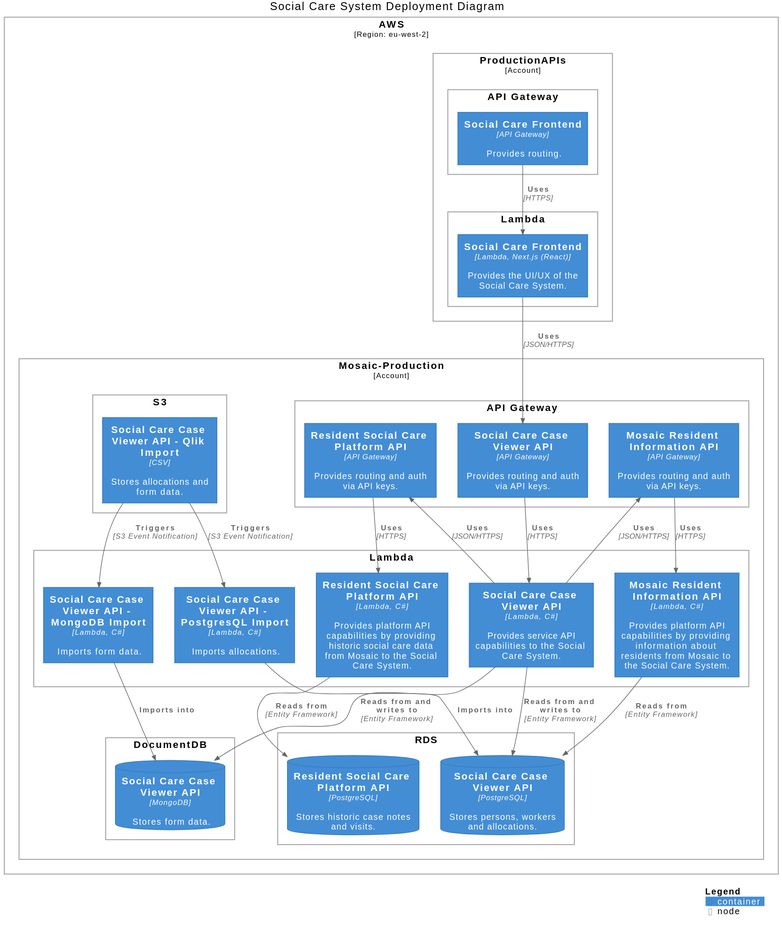
LBHackney-IT/social-care-architecture keeps this PlantUML diagram as images/deployment.svg. Above is the earlier version.
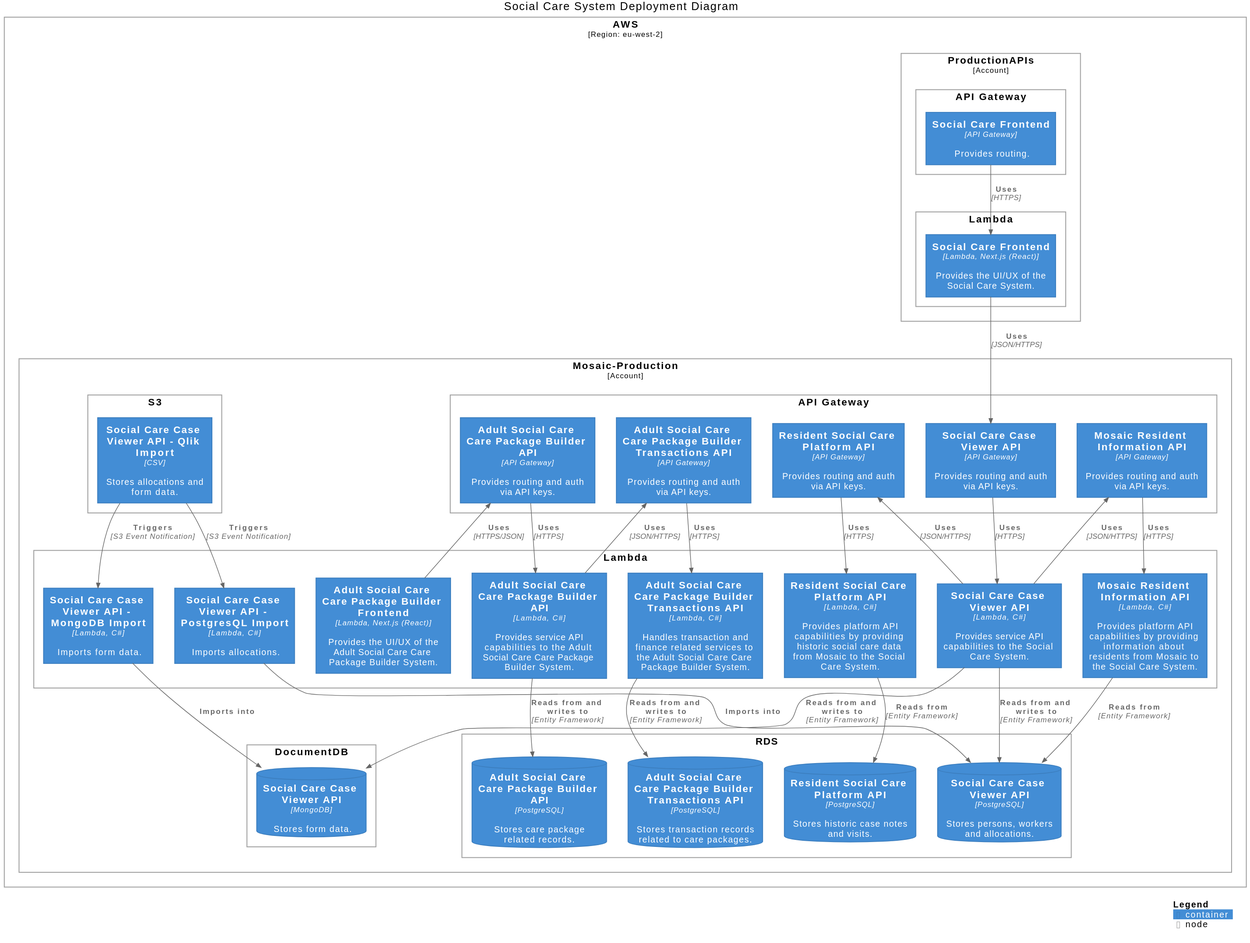
Later version of the same file.

Change to the diagram source:
```diff
@@ -22,6 +22,8 @@
       Container(service_api_api_gateway, "Social Care Case Viewer API", "API Gateway", "Provides routing and auth via API keys.")
       Container(mosaic_platform_api_api_gateway, "Mosaic Resident Information API", "API Gateway", "Provides routing and auth via API keys.")
       Container(platform_api_api_gateway, "Resident Social Care Platform API", "API Gateway", "Provides routing and auth via API keys.")
+      Container(adult_social_care_builder_api_api_gateway, "Adult Social Care Care Package Builder API", "API Gateway", "Provides routing and auth via API keys.")
+      Container(adult_social_care_builder_transactions_api_api_gateway, "Adult Social Care Care Package Builder Transactions API", "API Gateway", "Provides routing and auth via API keys.")
     }
 
     Deployment_Node(aws_mosaic_production_lambda, "Lambda") {
@@ -30,6 +32,9 @@
       Container(service_api_mongodb_import_lambda, "Social Care Case Viewer API - MongoDB Import", "Lambda, C#", "Imports form data.")
       Container(mosaic_platform_api_lambda, "Mosaic Resident Information API", "Lambda, C#", "Provides platform API capabilities by providing information about residents from Mosaic to the Social Care System.")
       Container(platform_api_lambda, "Resident Social Care Platform API", "Lambda, C#", "Provides platform API capabilities by providing historic social care data from Mosaic to the Social Care System.")
+      Container(adult_social_care_builder_frontend_lambda, "Adult Social Care Care Package Builder Frontend", "Lambda, Next.js (React)", "Provides the UI/UX of the Adult Social Care Care Package Builder System.")
+      Container(adult_social_care_builder_api_lambda, "Adult Social Care Care Package Builder API", "Lambda, C#", "Provides service API capabilities to the Adult Social Care Care Package Builder System.")
+      Container(adult_social_care_builder_transactions_api_lambda, "Adult Social Care Care Package Builder Transactions API", "Lambda, C#", "Handles transaction and finance related services to the Adult Social Care Care Package Builder System.")
     }
 
     Deployment_Node(aws_mosaic_production_docdb, "DocumentDB") {
@@ -39,6 +44,8 @@
     Deployment_Node(aws_mosaic_production_rds, "RDS") {
       ContainerDb(service_api_rds, "Social Care Case Viewer API", "PostgreSQL", "Stores persons, workers and allocations.")
       ContainerDb(platform_api_rds, "Resident Social Care Platform API", "PostgreSQL", "Stores historic case notes and visits.")
+      ContainerDb(adult_social_care_builder_api_rds, "Adult Social Care Care Package Builder API", "PostgreSQL", "Stores care package related records.")
+      ContainerDb(adult_social_care_builder_transactions_api_rds, "Adult Social Care Care Package Builder Transactions API", "PostgreSQL", "Stores transaction records related to care packages.")
     }
 
     Deployment_Node(aws_mosaic_production_s3, "S3") {
@@ -53,6 +60,15 @@
 Rel(service_api_api_gateway, service_api_lambda, "Uses", "HTTPS")
 Rel(service_api_lambda, service_api_rds, "Reads from and writes to", "Entity Framework")
 Rel(service_api_lambda, service_api_docdb, "Reads from and writes to", "Entity Framework")
+
+Rel(adult_social_care_builder_frontend_lambda, adult_social_care_builder_api_api_gateway, "Uses", "HTTPS/JSON")
+Rel(adult_social_care_builder_api_api_gateway, adult_social_care_builder_api_lambda, "Uses", "HTTPS")
+Rel(adult_social_care_builder_api_lambda, adult_social_care_builder_api_rds, "Reads from and writes to", "Entity Framework")
+
+Rel(adult_social_care_builder_transactions_api_api_gateway, adult_social_care_builder_transactions_api_lambda, "Uses", "HTTPS")
+Rel(adult_social_care_builder_transactions_api_lambda, adult_social_care_builder_transactions_api_rds, "Reads from and writes to", "Entity Framework")
+
+Rel(adult_social_care_builder_api_lambda, adult_social_care_builder_transactions_api_api_gateway, "Uses", "JSON/HTTPS")
 
 Rel(service_api_s3, service_api_mongodb_import_lambda, "Triggers", "S3 Event Notification")
 Rel(service_api_mongodb_import_lambda, service_api_docdb, "Imports into")
```
